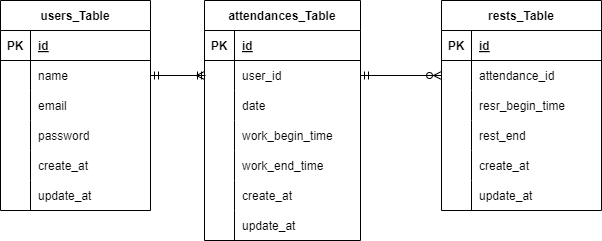
The draw.io diagram src/.drawio.png in kanai-naoki/beginner_mission, before a commit. Source tidied: cells renumbered, new cells last; positions are measured from the earlier drawing's top-left corner, leaving out a move shared by most shapes.
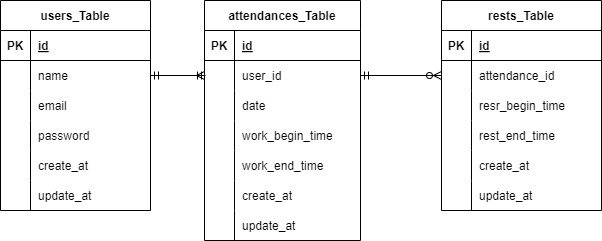
The same file after the commit.

The edit, as a diff of the source:
```diff
@@ -171,7 +171,7 @@
     <mxCell id="56" style="shape=partialRectangle;fillColor=none;top=0;left=0;bottom=0;right=0;overflow=hidden;" parent="55" vertex="1">
       <mxGeometry width="30" height="30" as="geometry" />
     </mxCell>
-    <mxCell id="57" value="rest_end" style="shape=partialRectangle;fillColor=none;top=0;left=0;bottom=0;right=0;align=left;spacingLeft=6;overflow=hidden;" parent="55" vertex="1">
+    <mxCell id="57" value="rest_end_time" style="shape=partialRectangle;fillColor=none;top=0;left=0;bottom=0;right=0;align=left;spacingLeft=6;overflow=hidden;" parent="55" vertex="1">
       <mxGeometry x="30" width="130" height="30" as="geometry" />
     </mxCell>
     <mxCell id="58" style="shape=tableRow;horizontal=0;startSize=0;swimlaneHead=0;swimlaneBody=0;fillColor=none;top=0;left=0;right=0;bottom=0;" parent="45" vertex="1">
```
